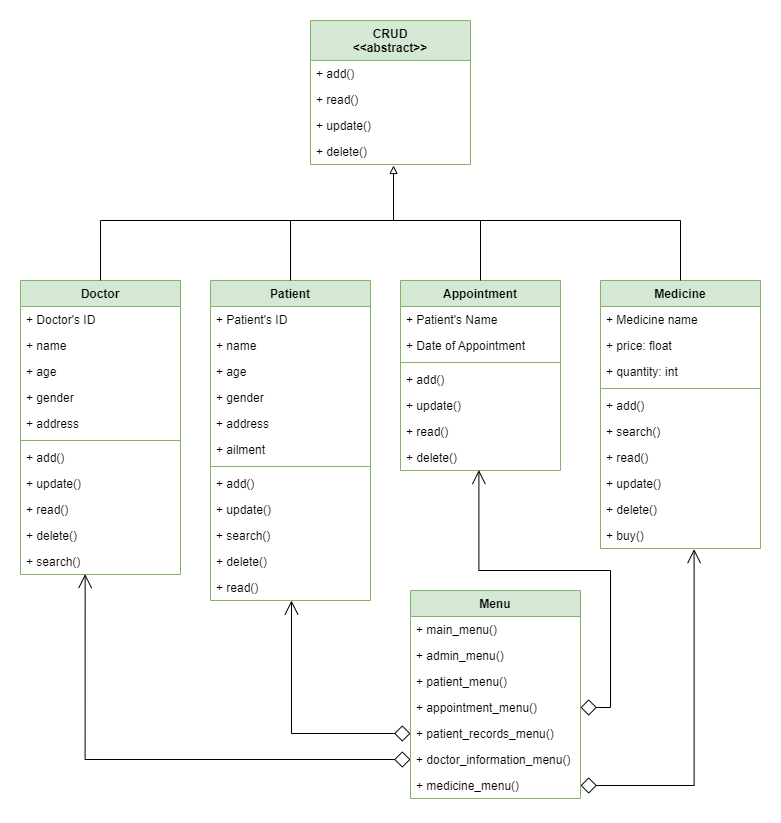
Before: images/UML-Diagram.png, a diagram exported from draw.io (kiararosalem/-Final-Project). Source tidied: cells renumbered, new cells last; positions are measured from the earlier drawing's top-left corner, leaving out a move shared by most shapes.
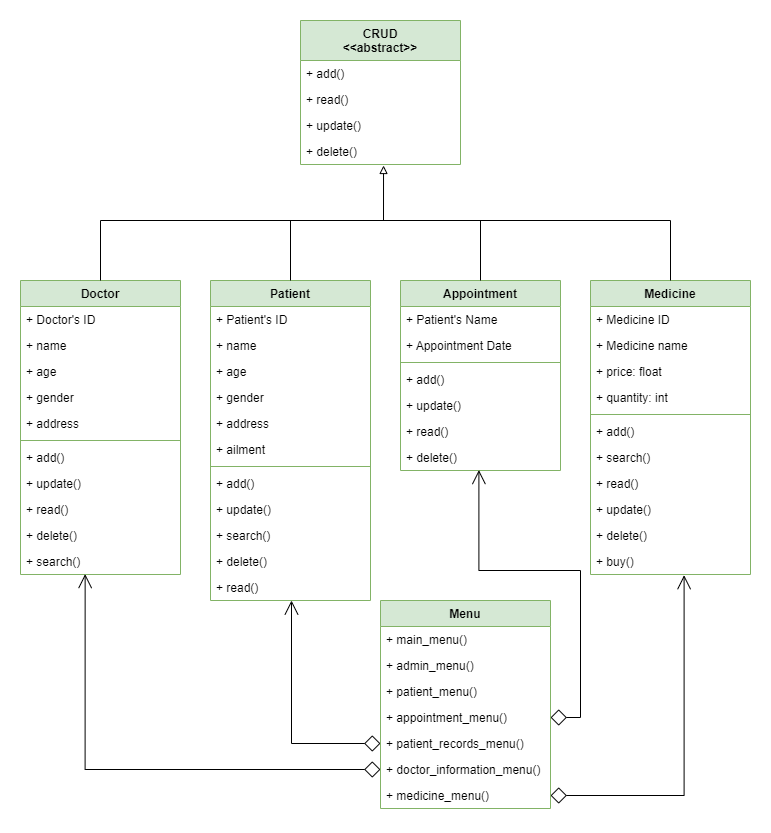
After the change.

What changed in the source:
```diff
@@ -78,40 +78,43 @@
       <mxGeometry y="294" width="160" height="26" as="geometry" />
     </mxCell>
     <mxCell id="27" value="Medicine" style="swimlane;fontStyle=1;align=center;verticalAlign=top;horizontal=1;startSize=26;fillColor=#d5e8d4;strokeColor=#82b366;swimlaneFillColor=none;rounded=0;" parent="1" vertex="1">
-      <mxGeometry x="580" y="260" width="160" height="268" as="geometry" />
+      <mxGeometry x="570" y="260" width="160" height="294" as="geometry" />
     </mxCell>
+    <mxCell id="66" value="+ Medicine ID" style="text;strokeColor=none;fillColor=none;align=left;verticalAlign=top;spacingLeft=4;spacingRight=4;overflow=hidden;rounded=0;" parent="27" vertex="1">
+      <mxGeometry y="26" width="160" height="26" as="geometry" />
+    </mxCell>
     <mxCell id="28" value="+ Medicine name" style="text;strokeColor=none;fillColor=none;align=left;verticalAlign=top;spacingLeft=4;spacingRight=4;overflow=hidden;rounded=0;" parent="27" vertex="1">
-      <mxGeometry y="26" width="160" height="26" as="geometry" />
+      <mxGeometry y="52" width="160" height="26" as="geometry" />
     </mxCell>
     <mxCell id="29" value="+ price: float" style="text;strokeColor=none;fillColor=none;align=left;verticalAlign=top;spacingLeft=4;spacingRight=4;overflow=hidden;rounded=0;" parent="27" vertex="1">
-      <mxGeometry y="52" width="160" height="26" as="geometry" />
+      <mxGeometry y="78" width="160" height="26" as="geometry" />
     </mxCell>
     <mxCell id="30" value="+ quantity: int" style="text;strokeColor=none;fillColor=none;align=left;verticalAlign=top;spacingLeft=4;spacingRight=4;overflow=hidden;rounded=0;" parent="27" vertex="1">
-      <mxGeometry y="78" width="160" height="26" as="geometry" />
+      <mxGeometry y="104" width="160" height="26" as="geometry" />
     </mxCell>
     <mxCell id="31" style="line;strokeWidth=1;fillColor=none;align=left;verticalAlign=middle;spacingTop=-1;spacingLeft=3;spacingRight=3;labelPosition=right;strokeColor=inherit;rounded=0;" parent="27" vertex="1">
-      <mxGeometry y="104" width="160" height="8" as="geometry" />
+      <mxGeometry y="130" width="160" height="8" as="geometry" />
     </mxCell>
     <mxCell id="32" value="+ add()" style="text;strokeColor=none;fillColor=none;align=left;verticalAlign=top;spacingLeft=4;spacingRight=4;overflow=hidden;rounded=0;" parent="27" vertex="1">
-      <mxGeometry y="112" width="160" height="26" as="geometry" />
+      <mxGeometry y="138" width="160" height="26" as="geometry" />
     </mxCell>
     <mxCell id="33" value="+ search()" style="text;strokeColor=none;fillColor=none;align=left;verticalAlign=top;spacingLeft=4;spacingRight=4;overflow=hidden;rounded=0;" parent="27" vertex="1">
-      <mxGeometry y="138" width="160" height="26" as="geometry" />
+      <mxGeometry y="164" width="160" height="26" as="geometry" />
     </mxCell>
     <mxCell id="34" value="+ read()" style="text;strokeColor=none;fillColor=none;align=left;verticalAlign=top;spacingLeft=4;spacingRight=4;overflow=hidden;rounded=0;" parent="27" vertex="1">
-      <mxGeometry y="164" width="160" height="26" as="geometry" />
+      <mxGeometry y="190" width="160" height="26" as="geometry" />
     </mxCell>
     <mxCell id="35" value="+ update()" style="text;strokeColor=none;fillColor=none;align=left;verticalAlign=top;spacingLeft=4;spacingRight=4;overflow=hidden;rounded=0;" parent="27" vertex="1">
-      <mxGeometry y="190" width="160" height="26" as="geometry" />
+      <mxGeometry y="216" width="160" height="26" as="geometry" />
     </mxCell>
     <mxCell id="36" value="+ delete()" style="text;strokeColor=none;fillColor=none;align=left;verticalAlign=top;spacingLeft=4;spacingRight=4;overflow=hidden;rounded=0;" parent="27" vertex="1">
-      <mxGeometry y="216" width="160" height="26" as="geometry" />
+      <mxGeometry y="242" width="160" height="26" as="geometry" />
     </mxCell>
     <mxCell id="37" value="+ buy()" style="text;strokeColor=none;fillColor=none;align=left;verticalAlign=top;spacingLeft=4;spacingRight=4;overflow=hidden;points=[[0,0.5],[1,0.5]];portConstraint=eastwest;rounded=0;" parent="27" vertex="1">
-      <mxGeometry y="242" width="160" height="26" as="geometry" />
+      <mxGeometry y="268" width="160" height="26" as="geometry" />
     </mxCell>
     <mxCell id="38" value="CRUD&#10;&lt;&lt;abstract&gt;&gt;" style="swimlane;fontStyle=1;align=center;verticalAlign=middle;horizontal=1;startSize=40;fillColor=#d5e8d4;strokeColor=#82b366;rounded=0;" parent="1" vertex="1">
-      <mxGeometry x="290" width="160" height="144" as="geometry" />
+      <mxGeometry x="280" width="160" height="144" as="geometry" />
     </mxCell>
     <mxCell id="39" value="+ add()" style="text;strokeColor=none;fillColor=none;align=left;verticalAlign=top;spacingLeft=4;spacingRight=4;overflow=hidden;rounded=0;" parent="38" vertex="1">
       <mxGeometry y="40" width="160" height="26" as="geometry" />
@@ -131,7 +134,7 @@
     <mxCell id="44" value="+ Patient's Name" style="text;strokeColor=none;fillColor=none;align=left;verticalAlign=top;spacingLeft=4;spacingRight=4;overflow=hidden;rounded=0;" parent="43" vertex="1">
       <mxGeometry y="26" width="160" height="26" as="geometry" />
     </mxCell>
-    <mxCell id="45" value="+ Date of Appointment" style="text;strokeColor=none;fillColor=none;align=left;verticalAlign=top;spacingLeft=4;spacingRight=4;overflow=hidden;rounded=0;" parent="43" vertex="1">
+    <mxCell id="45" value="+ Appointment Date" style="text;strokeColor=none;fillColor=none;align=left;verticalAlign=top;spacingLeft=4;spacingRight=4;overflow=hidden;rounded=0;" parent="43" vertex="1">
       <mxGeometry y="52" width="160" height="26" as="geometry" />
     </mxCell>
     <mxCell id="46" style="line;strokeWidth=1;fillColor=none;align=left;verticalAlign=middle;spacingTop=-1;spacingLeft=3;spacingRight=3;labelPosition=right;strokeColor=inherit;rounded=0;" parent="43" vertex="1">
@@ -158,7 +161,7 @@
     </mxCell>
     <mxCell id="52" style="endArrow=block;endFill=0;html=1;align=left;verticalAlign=top;rounded=0;entryX=0.519;entryY=1.038;entryDx=0;entryDy=0;entryPerimeter=0;" parent="1" edge="1" target="42">
       <mxGeometry x="-1" relative="1" as="geometry">
-        <mxPoint x="373" y="200" as="sourcePoint" />
+        <mxPoint x="363" y="200" as="sourcePoint" />
       </mxGeometry>
     </mxCell>
     <mxCell id="53" style="endArrow=none;html=1;rounded=0;elbow=vertical;edgeStyle=orthogonalEdgeStyle;exitX=0.5;exitY=0;exitDx=0;exitDy=0;entryX=0.5;entryY=0;entryDx=0;entryDy=0;" parent="1" edge="1" source="14" target="43">
@@ -170,7 +173,7 @@
       </mxGeometry>
     </mxCell>
     <mxCell id="54" value="Menu" style="swimlane;fontStyle=1;align=center;verticalAlign=top;horizontal=1;startSize=26;fillColor=#d5e8d4;strokeColor=#82b366;rounded=0;" parent="1" vertex="1">
-      <mxGeometry x="390" y="570" width="170" height="208" as="geometry" />
+      <mxGeometry x="360" y="580" width="170" height="208" as="geometry" />
     </mxCell>
     <mxCell id="55" value="+ main_menu()&#10;" style="text;strokeColor=none;fillColor=none;align=left;verticalAlign=top;spacingLeft=4;spacingRight=4;overflow=hidden;rounded=0;" parent="54" vertex="1">
       <mxGeometry y="26" width="170" height="26" as="geometry" />
@@ -196,8 +199,8 @@
     <mxCell id="62" style="endArrow=open;html=1;endSize=12;startArrow=diamond;startSize=14;startFill=0;edgeStyle=orthogonalEdgeStyle;align=left;verticalAlign=bottom;rounded=0;elbow=vertical;exitX=1;exitY=0.5;exitDx=0;exitDy=0;entryX=0.49;entryY=0.983;entryDx=0;entryDy=0;entryPerimeter=0;" parent="1" edge="1" source="58" target="50">
       <mxGeometry x="-1" y="3" relative="1" as="geometry">
         <Array as="points">
-          <mxPoint x="590" y="687" />
-          <mxPoint x="590" y="550" />
+          <mxPoint x="560" y="697" />
+          <mxPoint x="560" y="550" />
           <mxPoint x="458" y="550" />
         </Array>
       </mxGeometry>
@@ -205,7 +208,7 @@
     <mxCell id="63" style="endArrow=open;html=1;endSize=12;startArrow=diamond;startSize=14;startFill=0;edgeStyle=orthogonalEdgeStyle;align=left;verticalAlign=bottom;rounded=0;elbow=vertical;exitX=0;exitY=0.5;exitDx=0;exitDy=0;" parent="1" edge="1" source="59" target="26">
       <mxGeometry x="-1" y="3" relative="1" as="geometry">
         <Array as="points">
-          <mxPoint x="271" y="713" />
+          <mxPoint x="271" y="723" />
         </Array>
       </mxGeometry>
     </mxCell>
```
